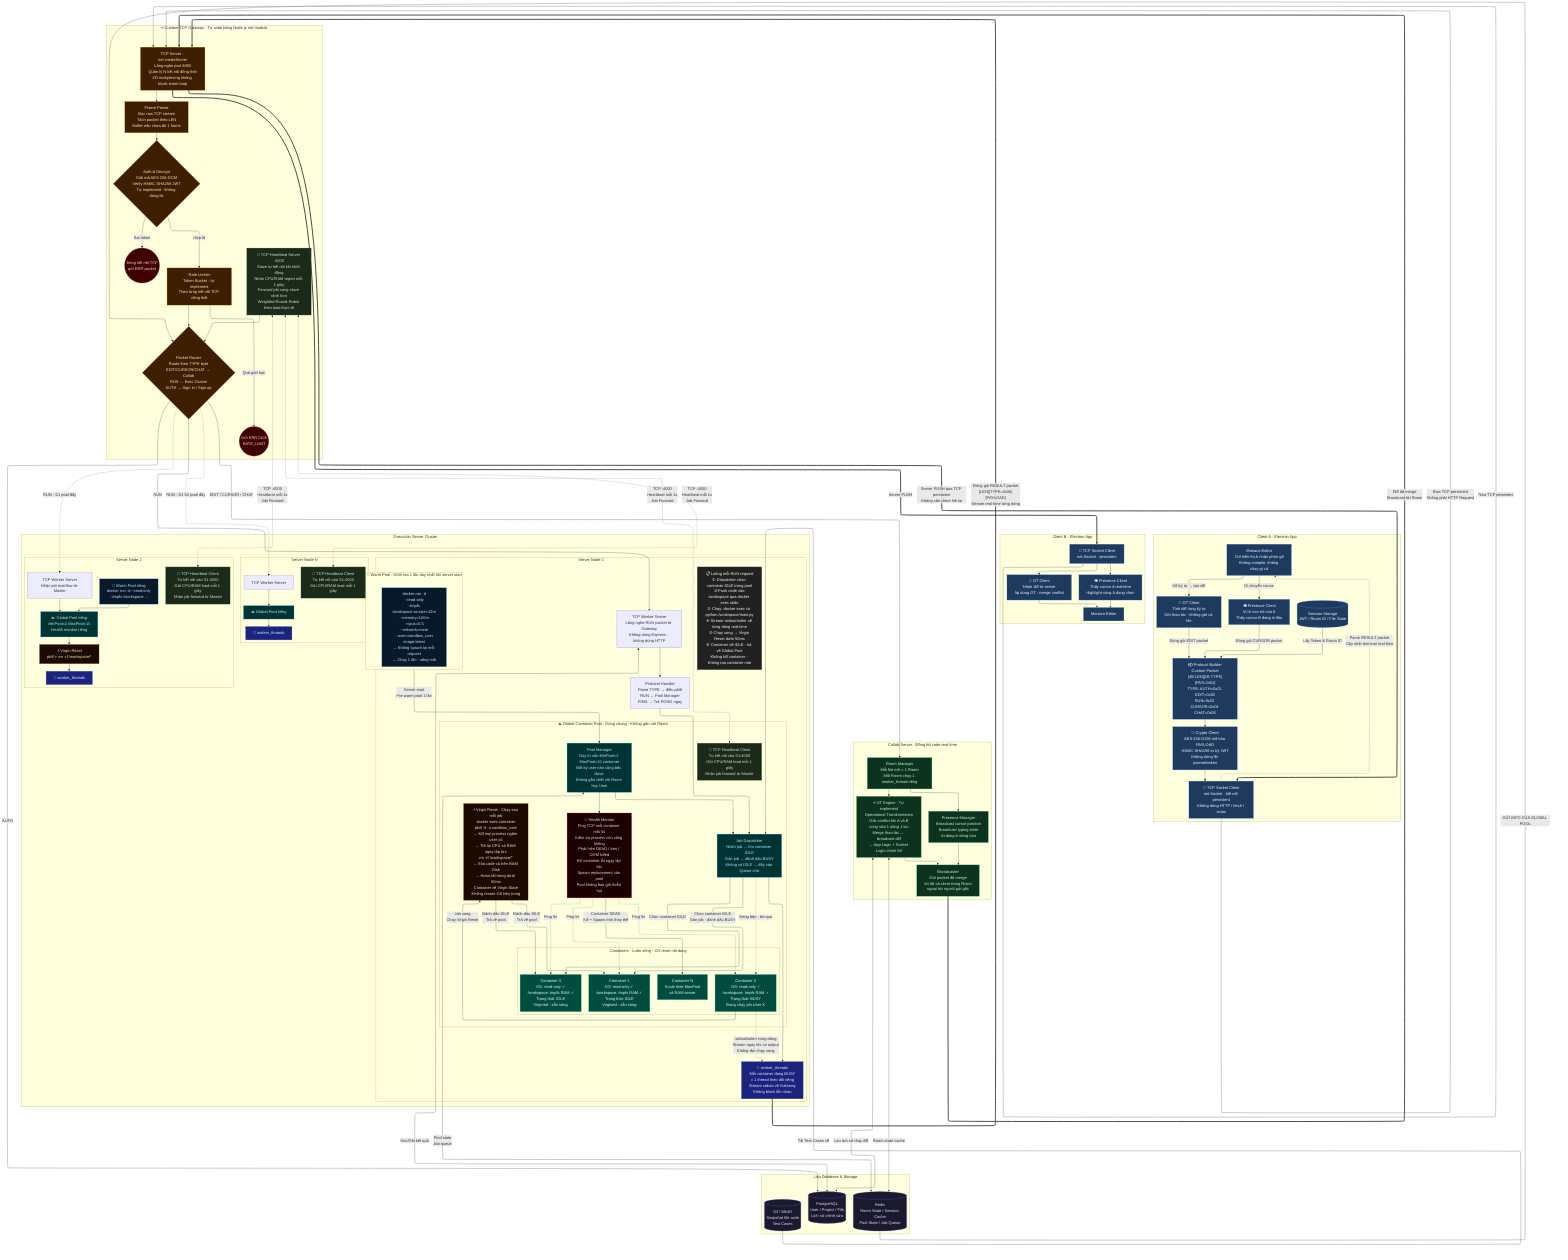
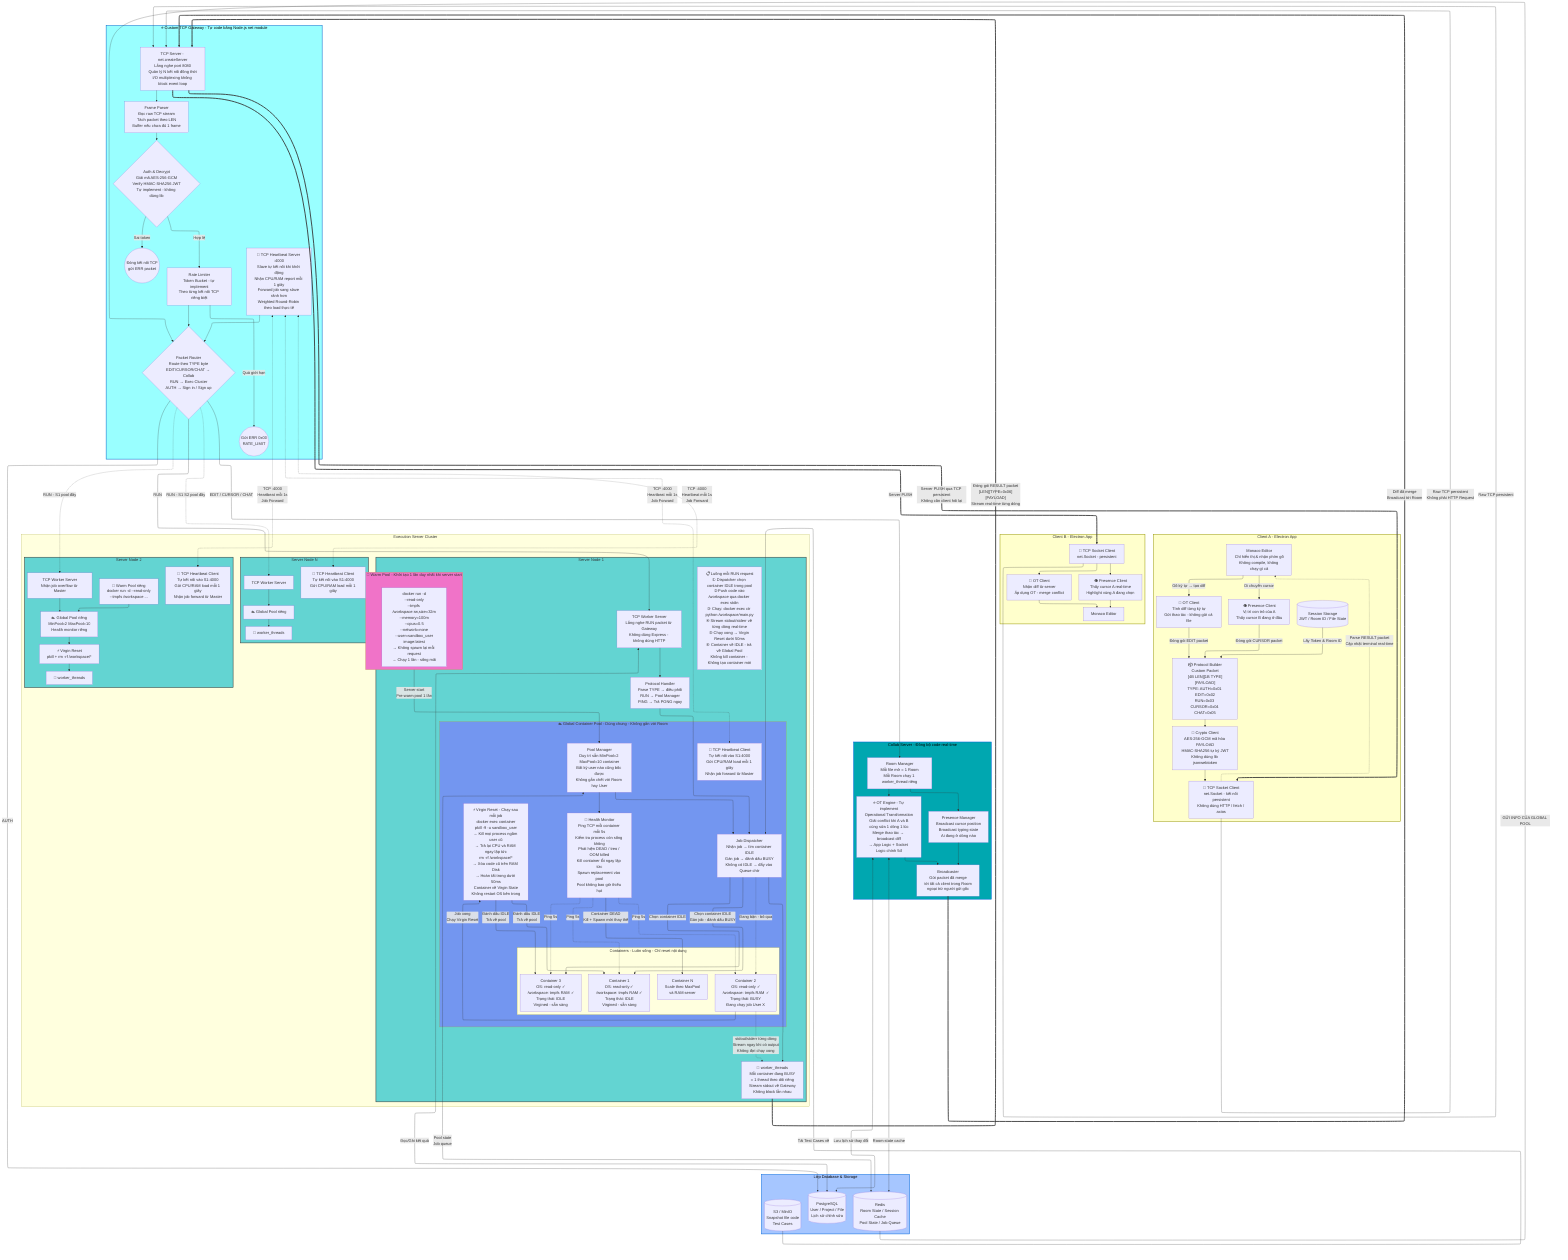
---
config:
  layout: elk
---
graph TD
-     classDef client fill:#1e3a5f,stroke:#4a9eff,color:#e8f4ff
-     classDef gateway fill:#3d1f00,stroke:#ff8c00,color:#ffe4b3
-     classDef collab fill:#0d3320,stroke:#00c853,color:#b9f6ca
-     classDef database fill:#1a1a2e,stroke:#7c4dff,color:#e8d5ff
-     classDef master fill:#2d0a3e,stroke:#ce93d8,color:#f3e5f5
-     classDef slave fill:#1e1e2e,stroke:#9575cd,color:#e8d5ff
-     classDef pool fill:#003333,stroke:#00bcd4,color:#b2ebf2
-     classDef container fill:#004d40,stroke:#1de9b6,color:#e0f2f1
-     classDef reset fill:#1a0a00,stroke:#ff6d00,color:#ffe0b2
-     classDef health fill:#1b0000,stroke:#f44336,color:#ffcdd2
-     classDef error fill:#3e0000,stroke:#d32f2f,color:#ffcdd2
-     classDef warmboot fill:#0a1929,stroke:#29b6f6,color:#b3e5fc
-     classDef thread fill:#1a237e,stroke:#5c6bc0,color:#e8eaf6
-     classDef heartbeat fill:#1b2a1b,stroke:#66bb6a,color:#c8e6c9
-     classDef flow fill:#212121,stroke:#616161,color:#f5f5f5

    %% ================= CLIENT A =================
    subgraph CA [Client A - Electron App]
        direction TB
        UI_A["Monaco Editor\nChỉ hiển thị & nhận phím gõ\nKhông compile, không chạy gì cả"]:::client
        SESSION_A[(Session Storage\nJWT / Room ID / File State)]:::client
        SYNC_A["🔄 OT Client\nTính diff từng ký tự\nGửi thao tác - không gửi cả file"]:::client
        CURSOR_A["👁 Presence Client\nVị trí con trỏ của A\nThấy cursor B đang ở đâu"]:::client
        PROTO_A["📦 Protocol Builder\nCustom Packet\n[4B LEN][1B TYPE][PAYLOAD]\nTYPE: AUTH=0x01 EDIT=0x02\nRUN=0x03 CURSOR=0x04 CHAT=0x05"]:::client
        CRYPTO_A["🔐 Crypto Client\nAES-256-GCM mã hóa PAYLOAD\nHMAC-SHA256 tự ký JWT\nKhông dùng lib jsonwebtoken"]:::client
        SOCK_A["🔌 TCP Socket Client\nnet.Socket - kết nối persistent\nKhông dùng HTTP / fetch / axios"]:::client

        UI_A -- "Gõ ký tự → tạo diff" --> SYNC_A
        UI_A -- "Di chuyển cursor" --> CURSOR_A
        SESSION_A -- "Lấy Token & Room ID" --> PROTO_A
        SYNC_A -- "Đóng gói EDIT packet" --> PROTO_A
        CURSOR_A -- "Đóng gói CURSOR packet" --> PROTO_A
        PROTO_A --> CRYPTO_A --> SOCK_A
    end
- 
+     style CA fill:#ffffcc,stroke:#999900,stroke-width:2px
    %% ================= CLIENT B =================
    subgraph CB [Client B - Electron App]
        direction TB
        UI_B["Monaco Editor"]:::client
        SYNC_B["🔄 OT Client\nNhận diff từ server\nÁp dụng OT - merge conflict"]:::client
        CURSOR_B["👁 Presence Client\nThấy cursor A real-time\nHighlight vùng A đang chọn"]:::client
        SOCK_B["🔌 TCP Socket Client\nnet.Socket - persistent"]:::client

        SOCK_B --> SYNC_B --> UI_B
        SOCK_B --> CURSOR_B --> UI_B
    end
- 
+     style CB fill:#ffffcc,stroke:#999900,stroke-width:2px
    SOCK_A -- "Raw TCP persistent\nKhông phải HTTP Request" --> GATEWAY
    SOCK_B -- "Raw TCP persistent" --> GATEWAY

    %% ================= CUSTOM TCP GATEWAY =================
    subgraph MIDDLEWARE [⭐ Custom TCP Gateway - Tự code bằng Node.js net module]
        direction TB
        GATEWAY["TCP Server - net.createServer\nLắng nghe port 8080\nQuản lý N kết nối đồng thời\nI/O multiplexing không block event loop"]:::gateway
        FRAME["Frame Parser\nĐọc raw TCP stream\nTách packet theo LEN\nBuffer nếu chưa đủ 1 frame"]:::gateway
        AUTH{"Auth & Decrypt\nGiải mã AES-256-GCM\nVerify HMAC-SHA256 JWT\nTự implement - không dùng lib"}:::gateway
        RATE["Rate Limiter\nToken Bucket - tự implement\nTheo từng kết nối TCP riêng biệt"]:::gateway
        ROUTER{"Packet Router\nRoute theo TYPE byte\nEDIT/CURSOR/CHAT → Collab\nRUN → Exec Cluster\nAUTH → Sign in / Sign up"}:::gateway
        HEARTBEAT_SVR["📡 TCP Heartbeat Server :4000\nSlave tự kết nối khi khởi động\nNhận CPU/RAM report mỗi 1 giây\nForward job sang slave rảnh hơn\nWeighted Round-Robin theo load thực tế"]:::heartbeat
        HEARTBEAT_SVR --> ROUTER
        GATEWAY --> FRAME --> AUTH
        AUTH -- "Hợp lệ" --> RATE --> ROUTER
        AUTH -- "Sai token" --> DROP1((Đóng kết nối TCP\ngửi ERR packet)):::error
        RATE -- "Quá giới hạn" --> DROP2((Gửi ERR 0x00\nRATE_LIMIT)):::error
    end
- 
+     style MIDDLEWARE fill:#99ffff,stroke:#0066cc,stroke-width:2px,color:#000
    %% ================= DATABASE =================
    subgraph DATABASE [Lớp Database & Storage]
        direction LR
        SQL[(PostgreSQL\nUser / Project / File\nLịch sử chỉnh sửa)]:::database
        REDIS[(Redis\nRoom State / Session Cache\nPool State / Job Queue)]:::database
        S3[(S3 / MinIO\nSnapshot file code\nTest Cases)]:::database

        REDIS -- "GỬI INFO CỦA GLOBAL POOL" --> ROUTER
    end
- 
+     style DATABASE fill:#a6c6ff,stroke:#0166dc,stroke-width:2px,color:#000
    %% ================= COLLAB SERVER =================
    subgraph COLLAB [Collab Server - Đồng bộ code real-time]
        direction TB
        ROOM["Room Manager\nMỗi file mở = 1 Room\nMỗi Room chạy 1 worker_thread riêng"]:::collab
        OT_ENGINE["⭐ OT Engine - Tự implement\nOperational Transformation\nGiải conflict khi A và B\ncùng sửa 1 dòng 1 lúc\nMerge thao tác → broadcast diff\n→ App Logic + Socket Logic chính 5đ"]:::collab
        PRESENCE["Presence Manager\nBroadcast cursor position\nBroadcast typing state\nAi đang ở dòng nào"]:::collab
        BROADCAST["Broadcaster\nGửi packet đã merge\ntới tất cả client trong Room\nngoại trừ người gửi gốc"]:::collab

        ROOM --> OT_ENGINE --> BROADCAST
        ROOM --> PRESENCE --> BROADCAST
    end
- 
+     style COLLAB fill:#00a7b0,stroke:#0166dc,stroke-width:2px,color:#000
    %% ================= EXEC CLUSTER =================
    subgraph BACKEND [Execution Server Cluster]
        subgraph S1 [Server Node 1 ]
            direction TB
            TCP_S1["TCP Worker Server\nLắng nghe RUN packet từ Gateway\nKhông dùng Express - không dùng HTTP"]
            PROTO_S1["Protocol Handler\nParse TYPE → điều phối\nRUN → Pool Manager\nPING → Trả PONG ngay"]

            subgraph WARM_BOOT [🥶 Warm Pool - Khởi tạo 1 lần duy nhất khi server start]
                direction LR
                BOOT_CMD["docker run -d\n--read-only\n--tmpfs /workspace:rw,size=32m\n--memory=100m\n--cpus=0.5\n--network=none\n--user=sandbox_user\nimage:latest\n→ Không spawn lại mỗi request\n→ Chạy 1 lần - sống mãi"]:::warmboot
            end
- 
+             style WARM_BOOT fill:#f073c8
            subgraph POOL [🏊 Global Container Pool - Dùng chung - Không gắn với Room]
                direction TB
                POOL_MGR["Pool Manager\nDuy trì sẵn MinPool=2 MaxPool=10 container\nBất kỳ user nào cũng bốc được\nKhông gắn chết với Room hay User"]:::pool
                DISPATCHER["Job Dispatcher\nNhận job → tìm container IDLE\nGán job → đánh dấu BUSY\nKhông có IDLE → đẩy vào Queue chờ"]:::pool

                subgraph CONTAINERS [Containers - Luôn sống - Chỉ reset nội dung]
                    direction LR
                    CTR1["Container 1\nOS: read-only ✓\n/workspace: tmpfs RAM ✓\nTrạng thái: IDLE\nVirgined - sẵn sàng"]:::container
                    CTR2["Container 2\nOS: read-only ✓\n/workspace: tmpfs RAM ✓\nTrạng thái: BUSY\nĐang chạy job User X"]:::container
                    CTR3["Container 3\nOS: read-only ✓\n/workspace: tmpfs RAM ✓\nTrạng thái: IDLE\nVirgined - sẵn sàng"]:::container
                    CTRN["Container N\nScale theo MaxPool\nvà RAM server"]:::container
                end

                RESET["⚡ Virgin Reset - Chạy sau mỗi job\ndocker exec container\npkill -9 -u sandbox_user\n→ Kill mọi process ngầm user cũ\n→ Trả lại CPU và RAM ngay lập tức\nrm -rf /workspace/*\n→ Xóa code cũ trên RAM Disk\n→ Hoàn tất trong dưới 50ms\nContainer về Virgin State\nKhông restart OS bên trong"]:::reset

                HEALTH["🏥 Health Monitor\nPing TCP mỗi container mỗi 5s\nKiểm tra process còn sống không\nPhát hiện DEAD / treo / OOM killed\nKill container lỗi ngay lập tức\nSpawn replacement vào pool\nPool không bao giờ thiếu hụt"]:::health
                HEARTBEAT1["📡 TCP Heartbeat Client\nTự kết nối vào S1:4000\nGửi CPU/RAM load mỗi 1 giây\nNhận job forward từ Master"]:::heartbeat
                POOL_MGR --> DISPATCHER
                POOL_MGR --> HEALTH
                DISPATCHER -- "Chọn container IDLE\nGán job - đánh dấu BUSY" --> CTR1
                DISPATCHER -. "Đang bận - bỏ qua" .-> CTR2
                DISPATCHER -- "Chọn container IDLE" --> CTR3
                CTR2 -- "Job xong\nChạy Virgin Reset" --> RESET
                RESET -- "Đánh dấu IDLE\nTrả về pool" --> CTR1
                RESET -- "Đánh dấu IDLE\nTrả về pool" --> CTR3
                HEALTH -. "Ping 5s" .-> CTR1
                HEALTH -. "Ping 5s" .-> CTR2
                HEALTH -. "Ping 5s" .-> CTR3
                HEALTH -- "Container DEAD\nKill + Spawn mới thay thế" --> CTRN
            end
- 
+             style POOL fill:#7396f0
            EXEC_FLOW["📋 Luồng mỗi RUN request\n① Dispatcher chọn container IDLE trong pool\n② Push code vào /workspace qua docker exec stdin\n③ Chạy: docker exec ctr python /workspace/main.py\n④ Stream stdout/stderr về từng dòng real-time\n⑤ Chạy xong → Virgin Reset dưới 50ms\n⑥ Container về IDLE - trả về Global Pool\nKhông kill container - Không tạo container mới"]:::flow
- 
- 
- 
            THREAD_POOL["🧵 worker_threads\nMỗi container đang BUSY\n= 1 thread theo dõi riêng\nStream stdout về Gateway\nKhông block lẫn nhau"]:::thread
- 
            TCP_S1 --> PROTO_S1 --> DISPATCHER
            WARM_BOOT -- "Server start\nPre-warm pool 1 lần" --> POOL_MGR
            DISPATCHER --> THREAD_POOL
            TCP_S1 <-->|"Đọc/Ghi kết quả"| SQL
            S3 -- "Tải Test Cases về" --> DISPATCHER
        end

        subgraph S2 [Server Node 2 ]
            direction TB
            TCP_S2["TCP Worker Server\nNhận job overflow từ Master"]
            WARM_BOOT2["🥶 Warm Pool riêng\ndocker run -d --read-only\n--tmpfs /workspace ..."]:::warmboot
            POOL_MGR2["🏊 Global Pool riêng\nMinPool=2 MaxPool=10\nHealth monitor riêng"]:::pool
            RESET2["⚡ Virgin Reset\npkill + rm -rf /workspace/*"]:::reset
            THREAD_POOL2["🧵 worker_threads"]:::thread
            HEARTBEAT2["📡 TCP Heartbeat Client\nTự kết nối vào S1:4000\nGửi CPU/RAM load mỗi 1 giây\nNhận job forward từ Master"]:::heartbeat
            WARM_BOOT2 --> POOL_MGR2
            TCP_S2 --> POOL_MGR2 --> RESET2 --> THREAD_POOL2
        end

        subgraph SN [Server Node N ]
            direction TB
            TCP_SN["TCP Worker Server"]
            POOL_MGRN["🏊 Global Pool riêng"]:::pool
            THREAD_POOLN["🧵 worker_threads"]:::thread
            HEARTBEATN["📡 TCP Heartbeat Client\nTự kết nối vào S1:4000\nGửi CPU/RAM load mỗi 1 giây"]:::heartbeat
            TCP_SN --> POOL_MGRN --> THREAD_POOLN
        end
- 
+         style S1 fill:#63d4d2,stroke:#333,stroke-width:2px
+         style S2 fill:#63d4d2,stroke:#333,stroke-width:2px
+         style SN fill:#63d4d2,stroke:#333,stroke-width:2px
        HEARTBEAT_SVR <-. "TCP :4000\nHeartbeat mỗi 1s\nJob Forward" .-> HEARTBEAT2
        HEARTBEAT_SVR <-. "TCP :4000\nHeartbeat mỗi 1s\nJob Forward" .-> HEARTBEAT1
        HEARTBEAT_SVR <-. "TCP :4000\nHeartbeat mỗi 1s\nJob Forward" .-> HEARTBEATN
    end

    %% ================= ROUTING =================
    ROUTER -- "EDIT / CURSOR / CHAT" --> ROOM
    ROUTER -- "AUTH" --> SQL
    ROUTER -- "RUN" --> TCP_S1
    ROUTER -. "RUN - S1 pool đầy" .-> TCP_S2
    ROUTER -. "RUN - S1 S2 pool đầy" .-> TCP_SN

    OT_ENGINE <-->|"Lưu lịch sử thay đổi"| SQL
    OT_ENGINE <-->|"Room state cache"| REDIS
    POOL_MGR <-->|"Pool state\nJob queue"| REDIS

    %% ================= KẾT QUẢ VỀ =================
    CTR2 -. "stdout/stderr từng dòng\nStream ngay khi có output\nKhông đợi chạy xong" .-> THREAD_POOL
    THREAD_POOL == "Đóng gói RESULT packet\n[LEN][TYPE=0x06][PAYLOAD]\nStream real-time từng dòng" ==> GATEWAY
    BROADCAST == "Diff đã merge\nBroadcast tới Room" ==> GATEWAY

    GATEWAY == "Server PUSH qua TCP persistent\nKhông cần client hỏi lại" ==> SOCK_A
    GATEWAY == "Server PUSH" ==> SOCK_B

    SOCK_A -. "Parse RESULT packet\nCập nhật terminal real-time" .-> UI_A
